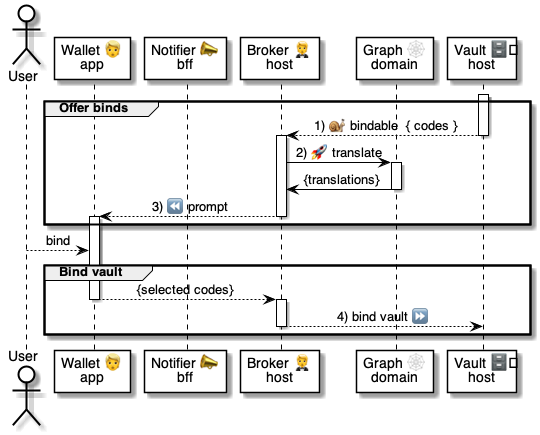
The PlantUML diagram 5 ⏩ Flows/80 🗄️⏩ Vaults/.📎 Assets/⚙️ Bind vault.png in pollyweb-org/pollyweb-docs, before a commit. Its source is kept beside it as 5 ⏩ Flows/80 🗄️⏩ Vaults/.📎 Assets/⚙️ Bind vault.puml. Its diagram source:
```plantuml
@startuml Bind()


actor User as user
participant "Wallet 👱\napp" as wallet
participant "Notifier 📣\nbff" as notifier
participant "Broker 🤵\nhost" as broker
participant "Graph 🕸\ndomain" as graph
participant "Vault 🗄️\nhost" as vault


activate vault

group Offer binds

    vault --> broker: 1) 🐌 bindable  { codes }
    deactivate vault

    activate broker

        broker -> graph: 2) 🚀 translate
        activate graph
            graph -> broker: {translations}
        deactivate

        broker --> wallet: 3) ⏪ prompt
    deactivate broker

    activate wallet

end group



user --> wallet: bind


group Bind vault

    wallet --> broker: {selected codes}
    deactivate wallet

    activate broker
        broker --> vault: 4) bind vault ⏩
    deactivate broker

end group




@enduml
```
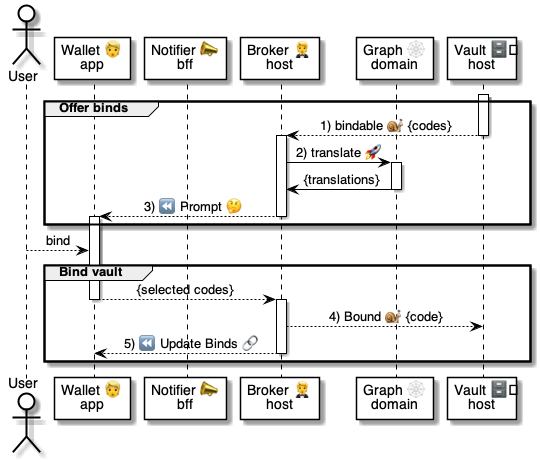
After the commit.

The edit, as a diff of the source:
```diff
@@ -13,17 +13,17 @@
 
 group Offer binds
 
-    vault --> broker: 1) 🐌 bindable  { codes }
+    vault --> broker: 1) bindable 🐌 {codes}
     deactivate vault
 
     activate broker
 
-        broker -> graph: 2) 🚀 translate
+        broker -> graph: 2) translate 🚀
         activate graph
             graph -> broker: {translations}
         deactivate
 
-        broker --> wallet: 3) ⏪ prompt
+        broker --> wallet: 3) ⏪ Prompt 🤔
     deactivate broker
 
     activate wallet
@@ -41,7 +41,8 @@
     deactivate wallet
 
     activate broker
-        broker --> vault: 4) bind vault ⏩
+        broker --> vault: 4) Bound 🐌 {code}
+        broker --> wallet:  5) ⏪ Update Binds 🔗
     deactivate broker
 
 end group
```
